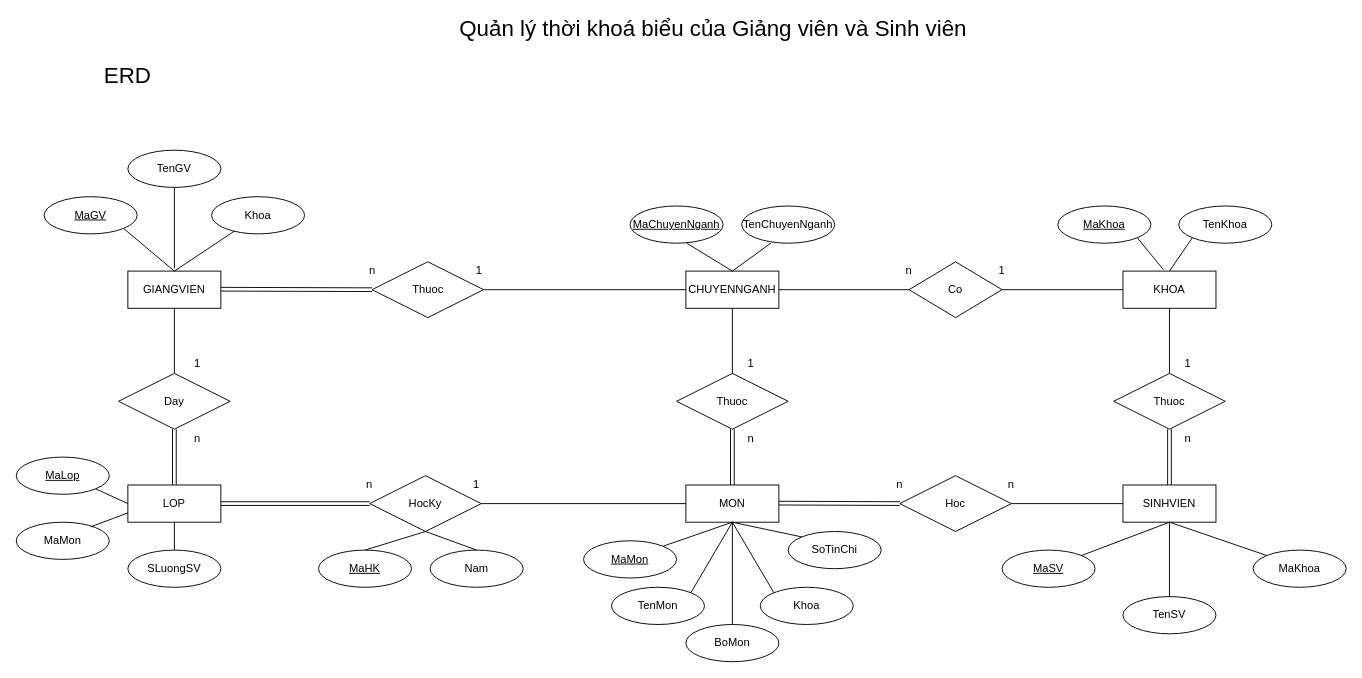
Above: Untitled Diagram.drawio in QuangHuy2201/CSDL (draw.io), before the change. Source tidied: cells renumbered, new cells numbered last; positions are measured from the earlier drawing's top-left corner, leaving out a move shared by most shapes. Both pictures are drawn from the tidied source at 93%, with x=0, y=0 at pixel (16, 20).
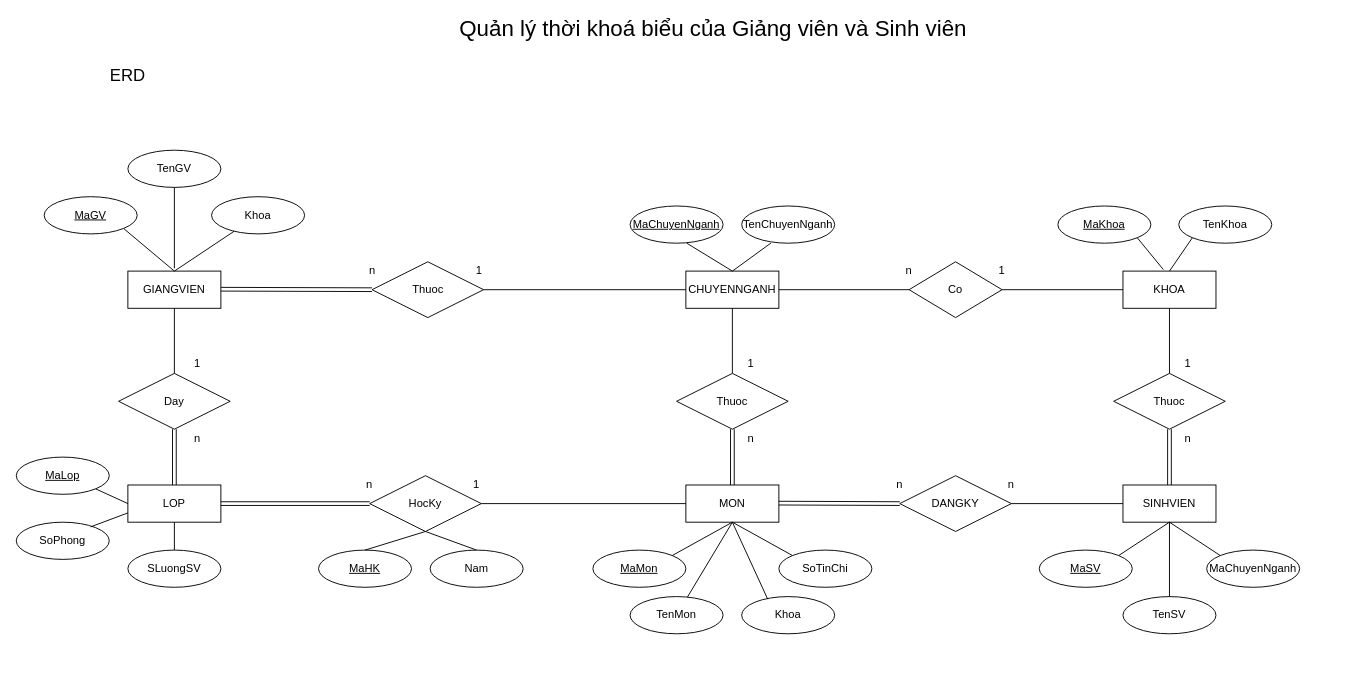
After the change.

The change refers to these unchanged cells:
```xml
<mxCell id="14" value="MON" style="whiteSpace=wrap;html=1;align=center;" parent="1" vertex="1">
  <mxGeometry x="720" y="500" width="100" height="40" as="geometry" />
</mxCell>
```

Diff of the diagram source:
```diff
@@
     <mxCell id="15" value="MaMon" style="ellipse;whiteSpace=wrap;html=1;align=center;fontStyle=4;" parent="1" vertex="1">
-      <mxGeometry x="610" y="560" width="100" height="40" as="geometry" />
+      <mxGeometry x="620" y="570" width="100" height="40" as="geometry" />
     </mxCell>
     <mxCell id="16" value="TenMon" style="ellipse;whiteSpace=wrap;html=1;align=center;" parent="1" vertex="1">
-      <mxGeometry x="640" y="610" width="100" height="40" as="geometry" />
+      <mxGeometry x="660" y="620" width="100" height="40" as="geometry" />
     </mxCell>
-    <mxCell id="17" value="BoMon" style="ellipse;whiteSpace=wrap;html=1;align=center;" parent="1" vertex="1">
-      <mxGeometry x="720" y="650" width="100" height="40" as="geometry" />
-    </mxCell>
     <mxCell id="18" value="SoTinChi" style="ellipse;whiteSpace=wrap;html=1;align=center;" parent="1" vertex="1">
-      <mxGeometry x="830" y="550" width="100" height="40" as="geometry" />
+      <mxGeometry x="820" y="570" width="100" height="40" as="geometry" />
     </mxCell>
@@
-    <mxCell id="20" style="endArrow=none;html=1;exitX=1;exitY=0;exitDx=0;exitDy=0;" parent="1" edge="1" source="16">
+    <mxCell id="20" style="endArrow=none;html=1;" parent="1" edge="1" source="16">
       <mxGeometry relative="1" as="geometry">
         <mxPoint x="770" y="540" as="targetPoint" />
       </mxGeometry>
     </mxCell>
-    <mxCell id="21" style="endArrow=none;html=1;exitX=0.5;exitY=0;exitDx=0;exitDy=0;" parent="1" edge="1" source="17">
-      <mxGeometry relative="1" as="geometry">
-        <mxPoint x="770" y="540" as="targetPoint" />
-      </mxGeometry>
-    </mxCell>
@@
     <mxCell id="25" value="MaSV" style="ellipse;whiteSpace=wrap;html=1;align=center;fontStyle=4;" parent="1" vertex="1">
-      <mxGeometry x="1060" y="570" width="100" height="40" as="geometry" />
+      <mxGeometry x="1100" y="570" width="100" height="40" as="geometry" />
     </mxCell>
-    <mxCell id="26" value="MaKhoa" style="ellipse;whiteSpace=wrap;html=1;align=center;" parent="1" vertex="1">
-      <mxGeometry x="1330" y="570" width="100" height="40" as="geometry" />
+    <mxCell id="26" value="MaChuyenNganh" style="ellipse;whiteSpace=wrap;html=1;align=center;" parent="1" vertex="1">
+      <mxGeometry x="1280" y="570" width="100" height="40" as="geometry" />
     </mxCell>
@@
-    <mxCell id="32" value="MaMon" style="ellipse;whiteSpace=wrap;html=1;align=center;" parent="1" vertex="1">
+    <mxCell id="32" value="SoPhong" style="ellipse;whiteSpace=wrap;html=1;align=center;" parent="1" vertex="1">
       <mxGeometry y="540" width="100" height="40" as="geometry" />
     </mxCell>
@@
-    <mxCell id="40" value="Hoc" style="shape=rhombus;perimeter=rhombusPerimeter;whiteSpace=wrap;html=1;align=center;" parent="1" vertex="1">
+    <mxCell id="40" value="DANGKY" style="shape=rhombus;perimeter=rhombusPerimeter;whiteSpace=wrap;html=1;align=center;" parent="1" vertex="1">
       <mxGeometry x="950" y="490" width="120" height="60" as="geometry" />
     </mxCell>
@@
     <mxCell id="72" value="Khoa" style="ellipse;whiteSpace=wrap;html=1;align=center;" parent="1" vertex="1">
-      <mxGeometry x="800" y="610" width="100" height="40" as="geometry" />
+      <mxGeometry x="780" y="620" width="100" height="40" as="geometry" />
     </mxCell>
-    <mxCell id="73" style="endArrow=none;html=1;rounded=0;entryX=0;entryY=0;entryDx=0;entryDy=0;exitX=0.5;exitY=1;exitDx=0;exitDy=0;" parent="1" edge="1" source="14" target="72">
+    <mxCell id="73" style="endArrow=none;html=1;rounded=0;entryX=0.28;entryY=0.069;entryDx=0;entryDy=0;exitX=0.5;exitY=1;exitDx=0;exitDy=0;entryPerimeter=0;" parent="1" edge="1" source="14" target="72">
       <mxGeometry relative="1" as="geometry" />
     </mxCell>
@@
-    <mxCell id="85" value="&lt;font style=&quot;font-size: 24px&quot;&gt;ERD&lt;/font&gt;" style="text;html=1;strokeColor=none;fillColor=none;align=center;verticalAlign=middle;whiteSpace=wrap;rounded=0;fontSize=18;" parent="1" vertex="1">
+    <mxCell id="85" value="&lt;font style=&quot;font-size: 18px&quot;&gt;ERD&lt;/font&gt;" style="text;html=1;strokeColor=none;fillColor=none;align=center;verticalAlign=middle;whiteSpace=wrap;rounded=0;fontSize=18;" parent="1" vertex="1">
       <mxGeometry x="100" y="50" width="40" height="20" as="geometry" />
     </mxCell>
```
